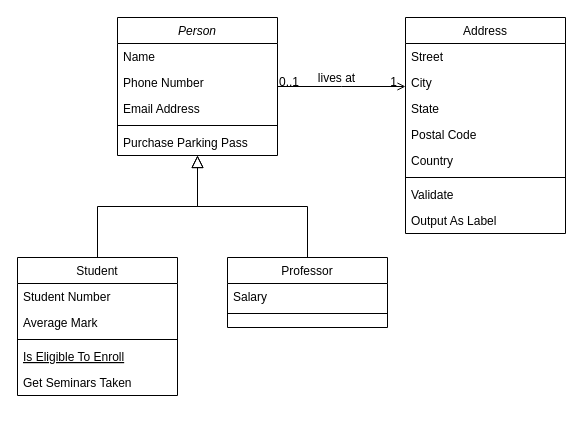
Above: Rancangan Database Rentopia.drawio in Deanoki/Rentopia-Dashboard (draw.io), before the change. Source tidied: cells renumbered, new cells numbered last; positions are measured from the earlier drawing's top-left corner, leaving out a move shared by most shapes. Both pictures are drawn from the tidied source at 100%, with x=0, y=0 at pixel (17, 17).
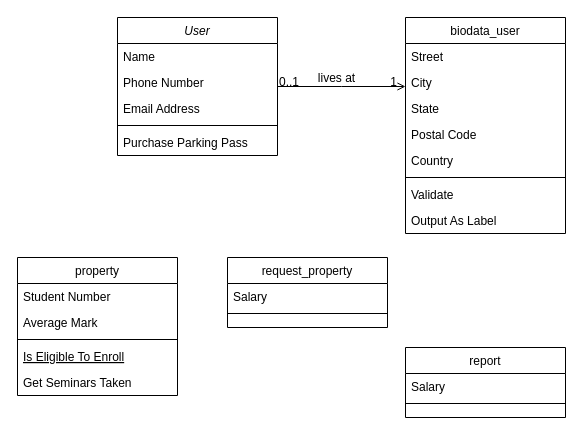
After the change.

Change to the diagram source:
```diff
@@
-    <mxCell id="2" value="Person" style="swimlane;fontStyle=2;align=center;verticalAlign=top;horizontal=1;startSize=26;rounded=0;shadow=0;strokeWidth=1;" parent="1" vertex="1">
+    <mxCell id="2" value="User" style="swimlane;fontStyle=2;align=center;verticalAlign=top;horizontal=1;startSize=26;rounded=0;shadow=0;strokeWidth=1;" parent="1" vertex="1">
       <mxGeometry x="100" width="160" height="138" as="geometry" />
     </mxCell>
@@
-    <mxCell id="8" value="Student" style="swimlane;fontStyle=0;align=center;verticalAlign=top;horizontal=1;startSize=26;rounded=0;shadow=0;strokeWidth=1;" parent="1" vertex="1">
+    <mxCell id="8" value="property" style="swimlane;fontStyle=0;align=center;verticalAlign=top;horizontal=1;startSize=26;rounded=0;shadow=0;strokeWidth=1;" parent="1" vertex="1">
       <mxGeometry y="240" width="160" height="138" as="geometry" />
     </mxCell>
@@
-    <mxCell id="14" style="endArrow=block;endSize=10;endFill=0;shadow=0;strokeWidth=1;rounded=0;edgeStyle=elbowEdgeStyle;elbow=vertical;" parent="1" edge="1" source="8" target="2">
-      <mxGeometry relative="1" as="geometry" />
-    </mxCell>
-    <mxCell id="15" value="Professor" style="swimlane;fontStyle=0;align=center;verticalAlign=top;horizontal=1;startSize=26;rounded=0;shadow=0;strokeWidth=1;" parent="1" vertex="1">
+    <mxCell id="15" value="request_property" style="swimlane;fontStyle=0;align=center;verticalAlign=top;horizontal=1;startSize=26;rounded=0;shadow=0;strokeWidth=1;" parent="1" vertex="1">
       <mxGeometry x="210" y="240" width="160" height="70" as="geometry" />
     </mxCell>
@@
-    <mxCell id="18" style="endArrow=block;endSize=10;endFill=0;shadow=0;strokeWidth=1;rounded=0;edgeStyle=elbowEdgeStyle;elbow=vertical;" parent="1" edge="1" source="15" target="2">
-      <mxGeometry relative="1" as="geometry" />
-    </mxCell>
-    <mxCell id="19" value="Address" style="swimlane;fontStyle=0;align=center;verticalAlign=top;horizontal=1;startSize=26;rounded=0;shadow=0;strokeWidth=1;" parent="1" vertex="1">
+    <mxCell id="19" value="biodata_user" style="swimlane;fontStyle=0;align=center;verticalAlign=top;horizontal=1;startSize=26;rounded=0;shadow=0;strokeWidth=1;" parent="1" vertex="1">
       <mxGeometry x="388" width="160" height="216" as="geometry" />
     </mxCell>
@@
+    <mxCell id="32" value="report" style="swimlane;fontStyle=0;align=center;verticalAlign=top;horizontal=1;startSize=26;rounded=0;shadow=0;strokeWidth=1;" parent="1" vertex="1">
+      <mxGeometry x="388" y="330" width="160" height="70" as="geometry" />
+    </mxCell>
+    <mxCell id="33" value="Salary" style="text;align=left;verticalAlign=top;spacingLeft=4;spacingRight=4;overflow=hidden;" parent="32" vertex="1">
+      <mxGeometry y="26" width="160" height="26" as="geometry" />
+    </mxCell>
+    <mxCell id="34" style="line;html=1;strokeWidth=1;align=left;verticalAlign=middle;spacingTop=-1;spacingLeft=3;spacingRight=3;labelPosition=right;" parent="32" vertex="1">
+      <mxGeometry y="52" width="160" height="8" as="geometry" />
+    </mxCell>
```
